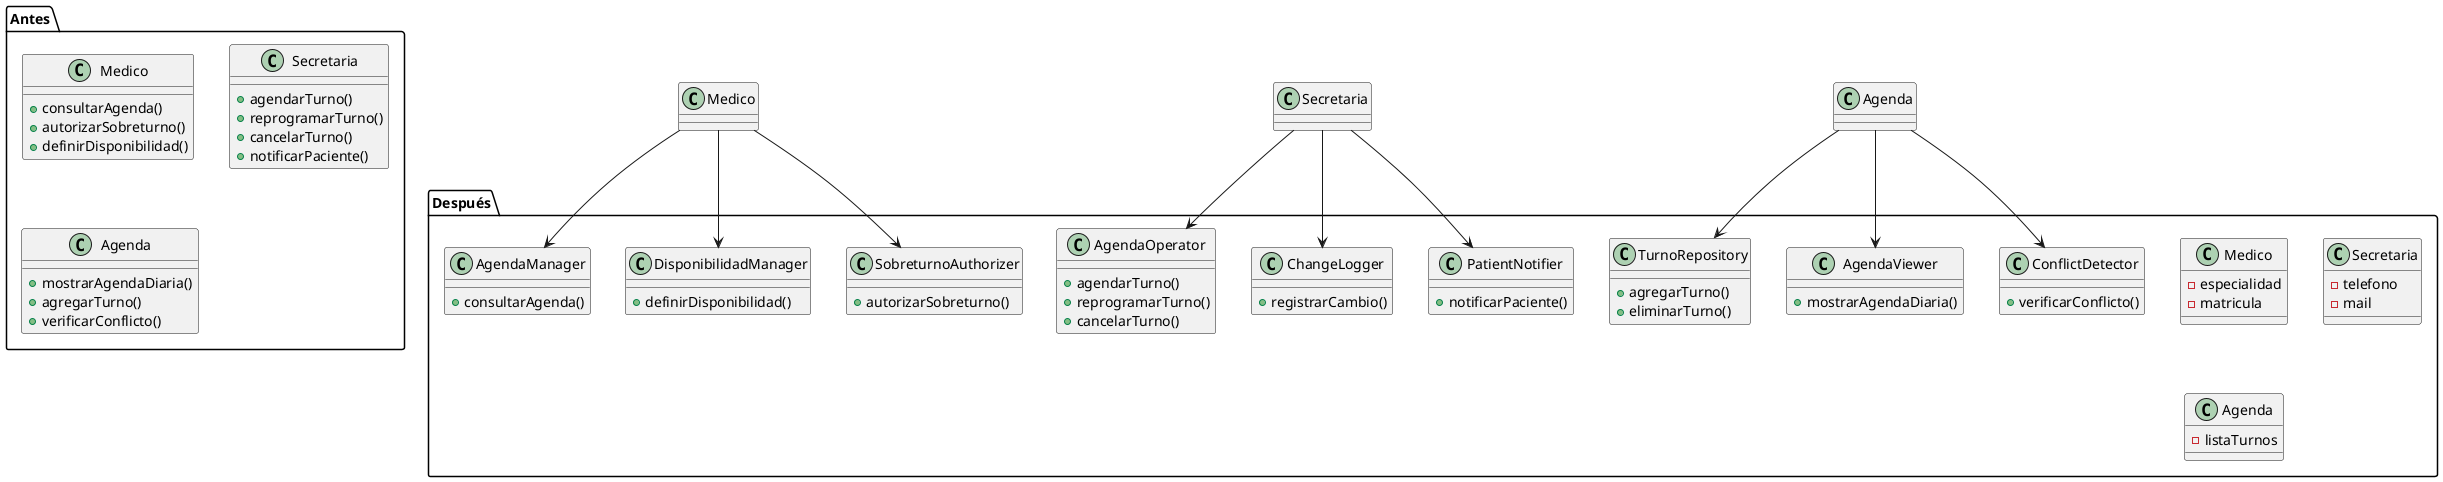
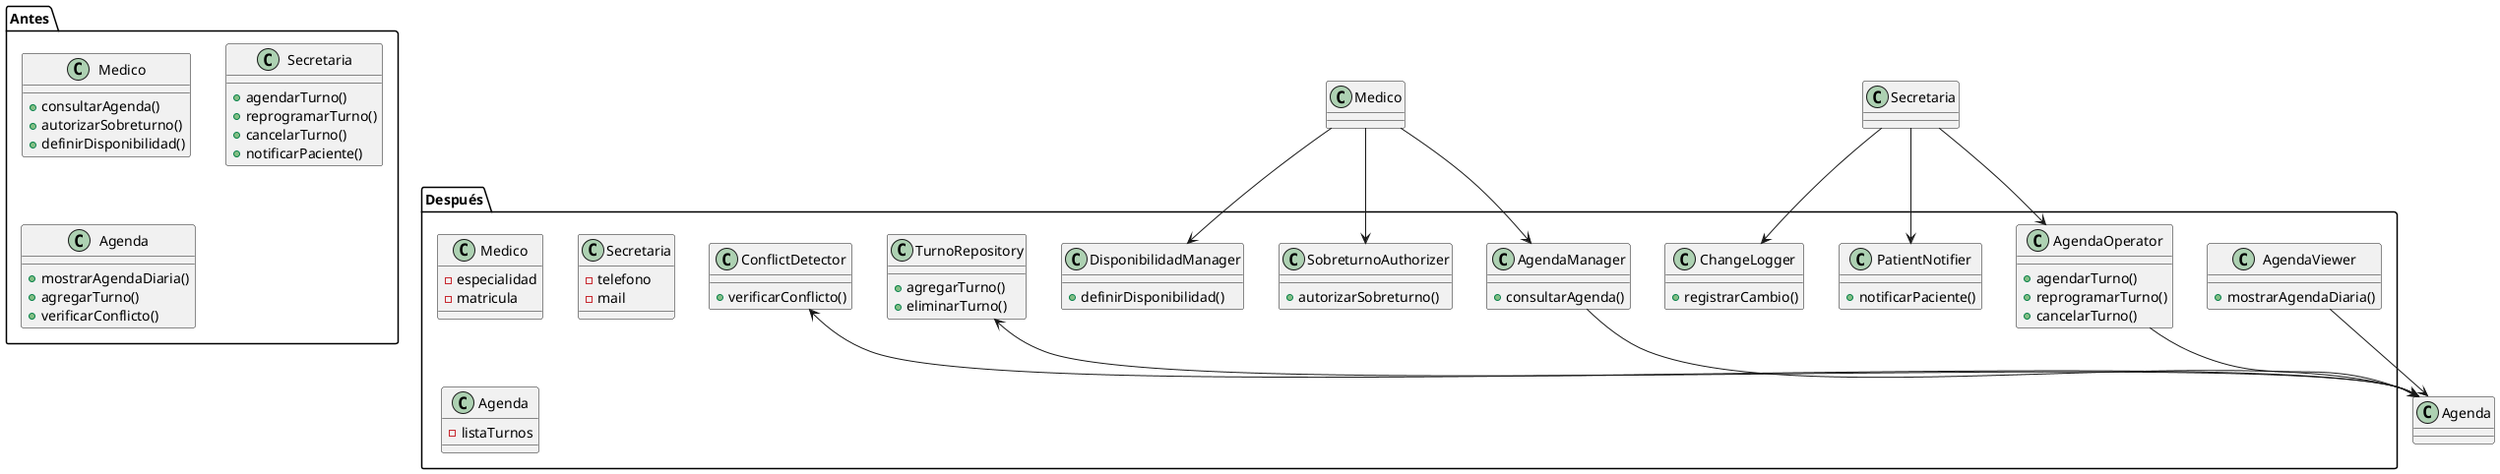
@startuml SRP Refactorización
package "Antes" {
    class Medico {
        +consultarAgenda()
        +autorizarSobreturno()
        +definirDisponibilidad()
    }
    class Secretaria {
        +agendarTurno()
        +reprogramarTurno()
        +cancelarTurno()
        +notificarPaciente()
    }
    class Agenda {
        +mostrarAgendaDiaria()
        +agregarTurno()
        +verificarConflicto()
    }
}

package "Después" {
    class Medico {
        -especialidad
        -matricula
    }
    class AgendaManager {
        +consultarAgenda()
    }
    class SobreturnoAuthorizer {
        +autorizarSobreturno()
    }
    class DisponibilidadManager {
        +definirDisponibilidad()
    }

    class Secretaria {
        -telefono
        -mail
    }
    class AgendaOperator {
        +agendarTurno()
        +reprogramarTurno()
        +cancelarTurno()
    }
    class PatientNotifier {
        +notificarPaciente()
    }
    class ChangeLogger {
        +registrarCambio()
    }

    class Agenda {
        -listaTurnos
    }
    class TurnoRepository {
        +agregarTurno()
        +eliminarTurno()
    }
    class ConflictDetector {
        +verificarConflicto()
    }
    class AgendaViewer {
        +mostrarAgendaDiaria()
    }
}

Medico --> AgendaManager
Medico --> SobreturnoAuthorizer
Medico --> DisponibilidadManager

Secretaria --> AgendaOperator
Secretaria --> PatientNotifier
Secretaria --> ChangeLogger

+ AgendaManager --> Agenda
+ AgendaOperator --> Agenda
+ AgendaViewer --> Agenda
+ 
Agenda --> TurnoRepository
Agenda --> ConflictDetector
- Agenda --> AgendaViewer
@enduml